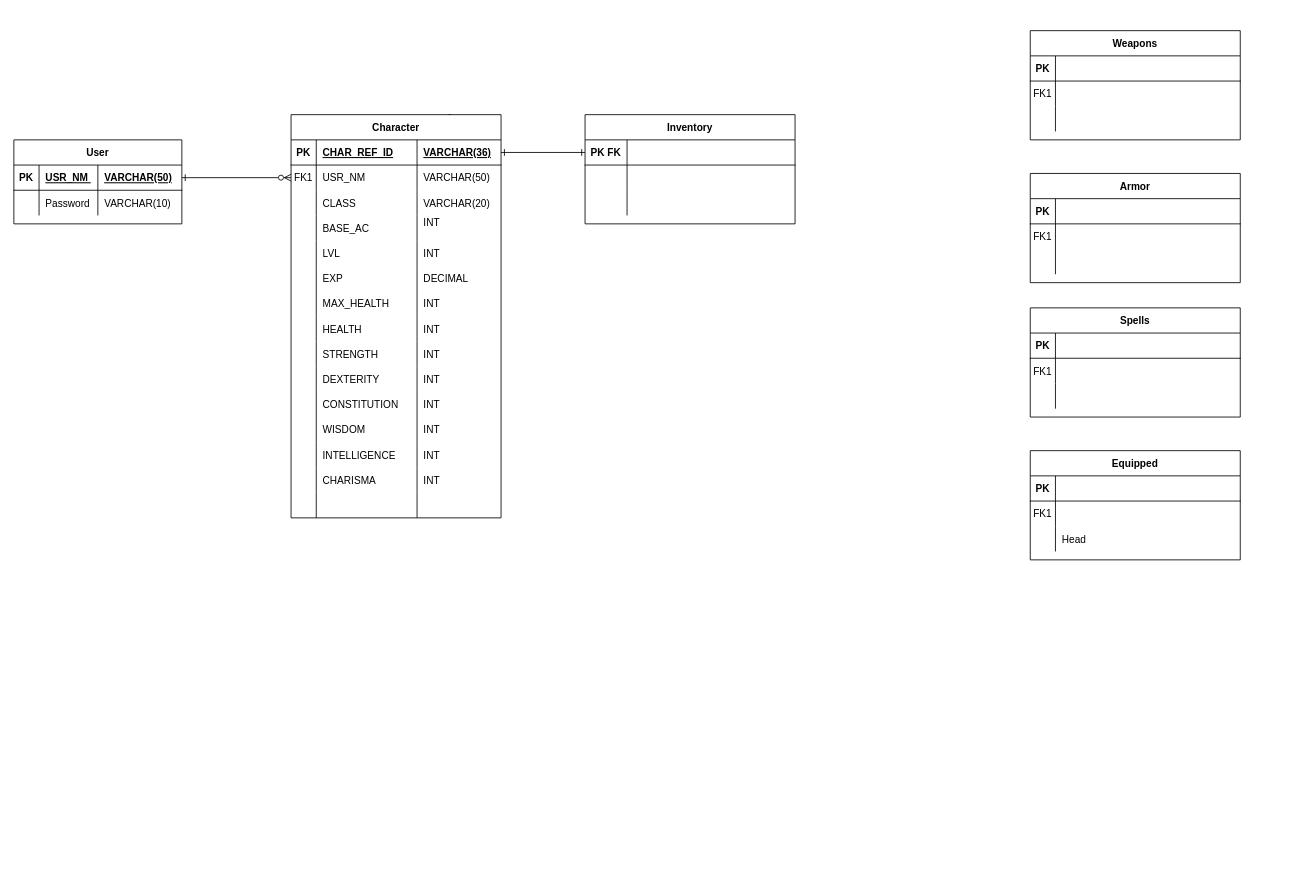
This is public/documents/ERD.drawio from Camburgaler/dark-souls-char-sheet, a draw.io file, before an edit. Source tidied: cells renumbered, new cells numbered last; positions are measured from the earlier drawing's top-left corner, leaving out a move shared by most shapes. Both pictures are drawn from the tidied source at 84%, with x=0, y=0 at pixel (13, 30).
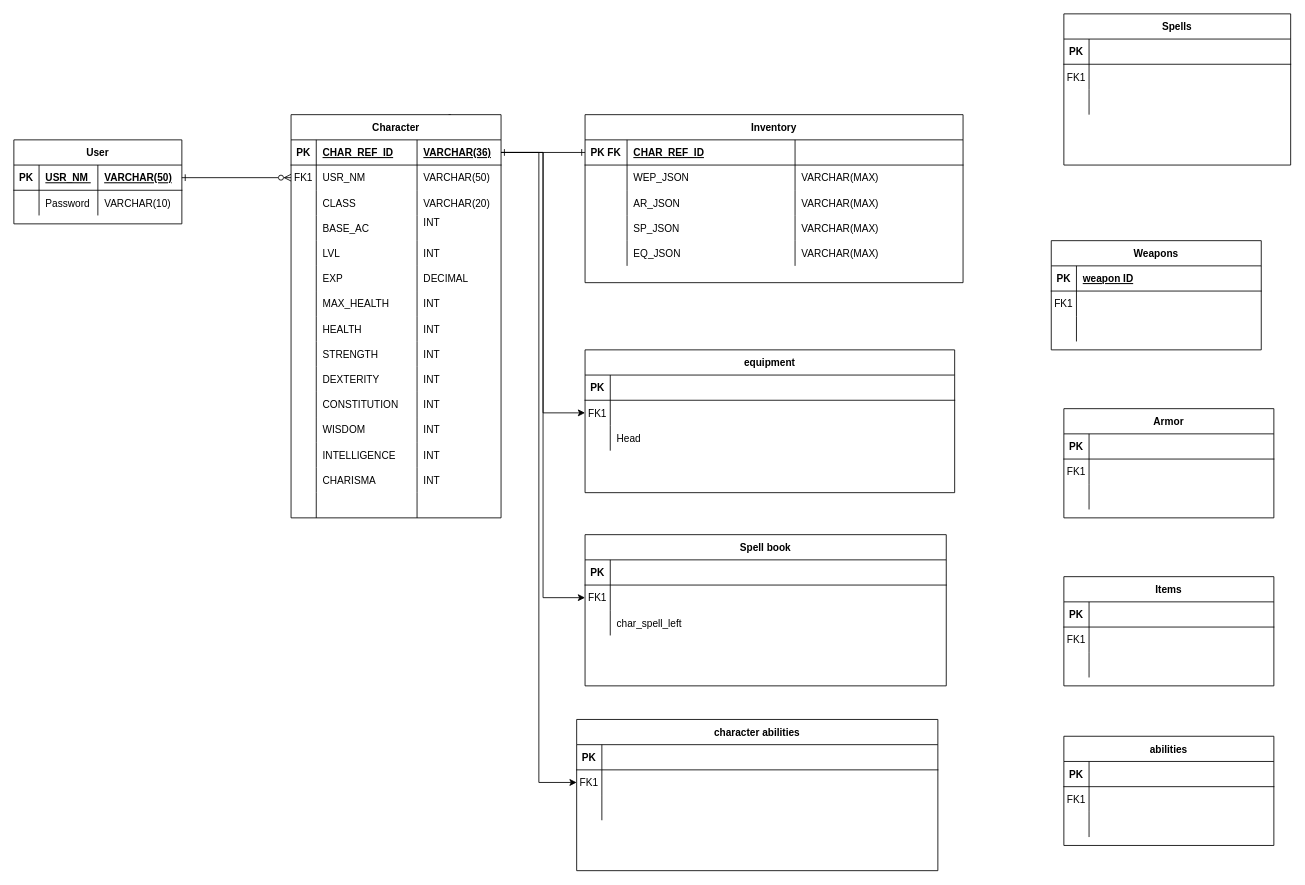
Above is the later version.

The change refers to these unchanged cells:
```xml
<mxCell id="4" style="shape=partialRectangle;fillColor=none;points=[[0,0.5],[1,0.5]];portConstraint=eastwest;top=0;left=0;right=0;bottom=1;" parent="3" vertex="1">
  <mxGeometry y="30" width="250" height="30" as="geometry" />
</mxCell>
<mxCell id="65" style="shape=partialRectangle;fillColor=none;top=0;left=0;right=0;bottom=1;" parent="64" vertex="1">
  <mxGeometry y="30" width="250" height="30" as="geometry" />
</mxCell>
```

Diff of the diagram source:
```diff
@@
     <mxCell id="64" value="Weapons" style="shape=table;startSize=30;childLayout=tableLayout;rowLines=0;fontStyle=1;align=center;" parent="1" vertex="1">
-      <mxGeometry x="1210" width="250" height="130" as="geometry" />
+      <mxGeometry x="1235" y="250" width="250" height="130" as="geometry" />
     </mxCell>
@@
-    <mxCell id="67" style="shape=partialRectangle;overflow=hidden;fillColor=none;top=0;left=0;bottom=0;right=0;align=left;spacingLeft=6;fontStyle=5;" parent="65" vertex="1">
+    <mxCell id="67" value="weapon ID" style="shape=partialRectangle;overflow=hidden;fillColor=none;top=0;left=0;bottom=0;right=0;align=left;spacingLeft=6;fontStyle=5;" parent="65" vertex="1">
       <mxGeometry x="30" width="220" height="30" as="geometry" />
     </mxCell>
@@
     <mxCell id="83" value="Armor" style="shape=table;startSize=30;childLayout=tableLayout;rowLines=0;fontStyle=1;align=center;" parent="1" vertex="1">
-      <mxGeometry x="1210" y="170" width="250" height="130" as="geometry" />
+      <mxGeometry x="1250" y="450" width="250" height="130" as="geometry" />
     </mxCell>
@@
     <mxCell id="93" value="Spells" style="shape=table;startSize=30;childLayout=tableLayout;rowLines=0;fontStyle=1;align=center;" parent="1" vertex="1">
-      <mxGeometry x="1210" y="330" width="250" height="130" as="geometry" />
+      <mxGeometry x="1250" y="-20" width="270" height="180" as="geometry" />
     </mxCell>
     <mxCell id="94" style="shape=partialRectangle;fillColor=none;top=0;left=0;right=0;bottom=1;" parent="93" vertex="1">
-      <mxGeometry y="30" width="250" height="30" as="geometry" />
+      <mxGeometry y="30" width="270" height="30" as="geometry" />
     </mxCell>
@@
     <mxCell id="96" style="shape=partialRectangle;overflow=hidden;fillColor=none;top=0;left=0;bottom=0;right=0;align=left;spacingLeft=6;fontStyle=5;" parent="94" vertex="1">
-      <mxGeometry x="30" width="220" height="30" as="geometry" />
+      <mxGeometry x="30" width="240" height="30" as="geometry" />
     </mxCell>
     <mxCell id="97" style="shape=partialRectangle;fillColor=none;top=0;left=0;right=0;bottom=0;" parent="93" vertex="1">
-      <mxGeometry y="60" width="250" height="30" as="geometry" />
+      <mxGeometry y="60" width="270" height="30" as="geometry" />
     </mxCell>
@@
     <mxCell id="99" style="shape=partialRectangle;overflow=hidden;fillColor=none;top=0;left=0;bottom=0;right=0;align=left;spacingLeft=6;" parent="97" vertex="1">
-      <mxGeometry x="30" width="220" height="30" as="geometry" />
+      <mxGeometry x="30" width="240" height="30" as="geometry" />
     </mxCell>
     <mxCell id="100" style="shape=partialRectangle;fillColor=none;top=0;left=0;right=0;bottom=0;" parent="93" vertex="1">
-      <mxGeometry y="90" width="250" height="30" as="geometry" />
+      <mxGeometry y="90" width="270" height="30" as="geometry" />
     </mxCell>
@@
     <mxCell id="102" style="shape=partialRectangle;overflow=hidden;fillColor=none;top=0;left=0;bottom=0;right=0;align=left;spacingLeft=6;" parent="100" vertex="1">
-      <mxGeometry x="30" width="220" height="30" as="geometry" />
+      <mxGeometry x="30" width="240" height="30" as="geometry" />
     </mxCell>
     <mxCell id="103" value="Inventory" style="shape=table;startSize=30;childLayout=tableLayout;rowLines=0;fontStyle=1;align=center;" parent="1" vertex="1">
-      <mxGeometry x="680" y="100" width="250" height="130" as="geometry" />
+      <mxGeometry x="680" y="100" width="450" height="200" as="geometry" />
     </mxCell>
     <mxCell id="104" style="shape=partialRectangle;fillColor=none;points=[[0,0.5],[1,0.5]];portConstraint=eastwest;top=0;left=0;right=0;bottom=1;" parent="103" vertex="1">
-      <mxGeometry y="30" width="250" height="30" as="geometry" />
+      <mxGeometry y="30" width="450" height="30" as="geometry" />
     </mxCell>
@@
-    <mxCell id="106" style="shape=partialRectangle;overflow=hidden;fillColor=none;top=0;left=0;bottom=0;right=0;align=left;spacingLeft=6;fontStyle=5;" parent="104" vertex="1">
+    <mxCell id="106" value="CHAR_REF_ID" style="shape=partialRectangle;overflow=hidden;fillColor=none;top=0;left=0;bottom=0;right=0;align=left;spacingLeft=6;fontStyle=5;" parent="104" vertex="1">
       <mxGeometry x="50" width="200" height="30" as="geometry" />
     </mxCell>
+    <mxCell id="125" style="shape=partialRectangle;overflow=hidden;fillColor=none;top=0;left=0;bottom=0;right=0;align=left;spacingLeft=6;fontStyle=5;" parent="104" vertex="1">
+      <mxGeometry x="250" width="200" height="30" as="geometry" />
+    </mxCell>
     <mxCell id="107" style="shape=partialRectangle;fillColor=none;top=0;left=0;right=0;bottom=0;" parent="103" vertex="1">
-      <mxGeometry y="60" width="250" height="30" as="geometry" />
+      <mxGeometry y="60" width="450" height="30" as="geometry" />
     </mxCell>
@@
-    <mxCell id="109" style="shape=partialRectangle;overflow=hidden;fillColor=none;top=0;left=0;bottom=0;right=0;align=left;spacingLeft=6;" parent="107" vertex="1">
+    <mxCell id="109" value="WEP_JSON" style="shape=partialRectangle;overflow=hidden;fillColor=none;top=0;left=0;bottom=0;right=0;align=left;spacingLeft=6;" parent="107" vertex="1">
       <mxGeometry x="50" width="200" height="30" as="geometry" />
     </mxCell>
+    <mxCell id="126" value="VARCHAR(MAX)" style="shape=partialRectangle;overflow=hidden;fillColor=none;top=0;left=0;bottom=0;right=0;align=left;spacingLeft=6;" parent="107" vertex="1">
+      <mxGeometry x="250" width="200" height="30" as="geometry" />
+    </mxCell>
     <mxCell id="110" style="shape=partialRectangle;fillColor=none;top=0;left=0;right=0;bottom=0;" parent="103" vertex="1">
-      <mxGeometry y="90" width="250" height="30" as="geometry" />
+      <mxGeometry y="90" width="450" height="30" as="geometry" />
     </mxCell>
@@
-    <mxCell id="112" style="shape=partialRectangle;overflow=hidden;fillColor=none;top=0;left=0;bottom=0;right=0;align=left;spacingLeft=6;" parent="110" vertex="1">
+    <mxCell id="112" value="AR_JSON" style="shape=partialRectangle;overflow=hidden;fillColor=none;top=0;left=0;bottom=0;right=0;align=left;spacingLeft=6;" parent="110" vertex="1">
       <mxGeometry x="50" width="200" height="30" as="geometry" />
     </mxCell>
+    <mxCell id="127" value="VARCHAR(MAX)" style="shape=partialRectangle;overflow=hidden;fillColor=none;top=0;left=0;bottom=0;right=0;align=left;spacingLeft=6;" parent="110" vertex="1">
+      <mxGeometry x="250" width="200" height="30" as="geometry" />
+    </mxCell>
+    <mxCell id="128" style="shape=partialRectangle;fillColor=none;top=0;left=0;right=0;bottom=0;" parent="103" vertex="1">
+      <mxGeometry y="120" width="450" height="30" as="geometry" />
+    </mxCell>
+    <mxCell id="129" style="shape=partialRectangle;overflow=hidden;fillColor=none;top=0;left=0;bottom=0;right=0;" parent="128" vertex="1">
+      <mxGeometry width="50" height="30" as="geometry" />
+    </mxCell>
+    <mxCell id="130" value="SP_JSON    " style="shape=partialRectangle;overflow=hidden;fillColor=none;top=0;left=0;bottom=0;right=0;align=left;spacingLeft=6;" parent="128" vertex="1">
+      <mxGeometry x="50" width="200" height="30" as="geometry" />
+    </mxCell>
+    <mxCell id="131" value="VARCHAR(MAX)" style="shape=partialRectangle;overflow=hidden;fillColor=none;top=0;left=0;bottom=0;right=0;align=left;spacingLeft=6;" parent="128" vertex="1">
+      <mxGeometry x="250" width="200" height="30" as="geometry" />
+    </mxCell>
+    <mxCell id="132" style="shape=partialRectangle;fillColor=none;top=0;left=0;right=0;bottom=0;" parent="103" vertex="1">
+      <mxGeometry y="150" width="450" height="30" as="geometry" />
+    </mxCell>
+    <mxCell id="133" style="shape=partialRectangle;overflow=hidden;fillColor=none;top=0;left=0;bottom=0;right=0;" parent="132" vertex="1">
+      <mxGeometry width="50" height="30" as="geometry" />
+    </mxCell>
+    <mxCell id="134" value="EQ_JSON" style="shape=partialRectangle;overflow=hidden;fillColor=none;top=0;left=0;bottom=0;right=0;align=left;spacingLeft=6;" parent="132" vertex="1">
+      <mxGeometry x="50" width="200" height="30" as="geometry" />
+    </mxCell>
+    <mxCell id="135" value="VARCHAR(MAX)" style="shape=partialRectangle;overflow=hidden;fillColor=none;top=0;left=0;bottom=0;right=0;align=left;spacingLeft=6;" parent="132" vertex="1">
+      <mxGeometry x="250" width="200" height="30" as="geometry" />
+    </mxCell>
@@
-    <mxCell id="115" value="Equipped" style="shape=table;startSize=30;childLayout=tableLayout;rowLines=0;fontStyle=1;align=center;" parent="1" vertex="1">
-      <mxGeometry x="1210" y="500" width="250" height="130" as="geometry" />
+    <mxCell id="115" value="equipment" style="shape=table;startSize=30;childLayout=tableLayout;rowLines=0;fontStyle=1;align=center;" parent="1" vertex="1">
+      <mxGeometry x="680" y="380" width="440" height="170" as="geometry" />
     </mxCell>
     <mxCell id="116" style="shape=partialRectangle;fillColor=none;top=0;left=0;right=0;bottom=1;" parent="115" vertex="1">
-      <mxGeometry y="30" width="250" height="30" as="geometry" />
+      <mxGeometry y="30" width="440" height="30" as="geometry" />
     </mxCell>
@@
     <mxCell id="118" style="shape=partialRectangle;overflow=hidden;fillColor=none;top=0;left=0;bottom=0;right=0;align=left;spacingLeft=6;fontStyle=5;" parent="116" vertex="1">
-      <mxGeometry x="30" width="220" height="30" as="geometry" />
+      <mxGeometry x="30" width="410" height="30" as="geometry" />
     </mxCell>
     <mxCell id="119" style="shape=partialRectangle;fillColor=none;points=[[0,0.5],[1,0.5]];portConstraint=eastwest;top=0;left=0;right=0;bottom=0;" parent="115" vertex="1">
-      <mxGeometry y="60" width="250" height="30" as="geometry" />
+      <mxGeometry y="60" width="440" height="30" as="geometry" />
     </mxCell>
@@
     <mxCell id="121" style="shape=partialRectangle;overflow=hidden;fillColor=none;top=0;left=0;bottom=0;right=0;align=left;spacingLeft=6;" parent="119" vertex="1">
-      <mxGeometry x="30" width="220" height="30" as="geometry" />
+      <mxGeometry x="30" width="410" height="30" as="geometry" />
     </mxCell>
     <mxCell id="122" style="shape=partialRectangle;fillColor=none;top=0;left=0;right=0;bottom=0;" parent="115" vertex="1">
-      <mxGeometry y="90" width="250" height="30" as="geometry" />
+      <mxGeometry y="90" width="440" height="30" as="geometry" />
     </mxCell>
@@
     <mxCell id="124" value="Head" style="shape=partialRectangle;overflow=hidden;fillColor=none;top=0;left=0;bottom=0;right=0;align=left;spacingLeft=6;" parent="122" vertex="1">
-      <mxGeometry x="30" width="220" height="30" as="geometry" />
+      <mxGeometry x="30" width="410" height="30" as="geometry" />
     </mxCell>
+    <mxCell id="136" value="Spell book" style="shape=table;startSize=30;childLayout=tableLayout;rowLines=0;fontStyle=1;align=center;" parent="1" vertex="1">
+      <mxGeometry x="680" y="600" width="430" height="180" as="geometry" />
+    </mxCell>
+    <mxCell id="137" style="shape=partialRectangle;fillColor=none;top=0;left=0;right=0;bottom=1;" parent="136" vertex="1">
+      <mxGeometry y="30" width="430" height="30" as="geometry" />
+    </mxCell>
+    <mxCell id="138" value="PK" style="shape=partialRectangle;overflow=hidden;fillColor=none;top=0;left=0;bottom=0;right=0;fontStyle=1;" parent="137" vertex="1">
+      <mxGeometry width="30" height="30" as="geometry" />
+    </mxCell>
+    <mxCell id="139" style="shape=partialRectangle;overflow=hidden;fillColor=none;top=0;left=0;bottom=0;right=0;align=left;spacingLeft=6;fontStyle=5;" parent="137" vertex="1">
+      <mxGeometry x="30" width="400" height="30" as="geometry" />
+    </mxCell>
+    <mxCell id="140" style="shape=partialRectangle;fillColor=none;points=[[0,0.5],[1,0.5]];portConstraint=eastwest;top=0;left=0;right=0;bottom=0;" parent="136" vertex="1">
+      <mxGeometry y="60" width="430" height="30" as="geometry" />
+    </mxCell>
+    <mxCell id="141" value="FK1" style="shape=partialRectangle;overflow=hidden;fillColor=none;top=0;left=0;bottom=0;right=0;" parent="140" vertex="1">
+      <mxGeometry width="30" height="30" as="geometry" />
+    </mxCell>
+    <mxCell id="142" style="shape=partialRectangle;overflow=hidden;fillColor=none;top=0;left=0;bottom=0;right=0;align=left;spacingLeft=6;" parent="140" vertex="1">
+      <mxGeometry x="30" width="400" height="30" as="geometry" />
+    </mxCell>
+    <mxCell id="143" style="shape=partialRectangle;fillColor=none;top=0;left=0;right=0;bottom=0;" parent="136" vertex="1">
+      <mxGeometry y="90" width="430" height="30" as="geometry" />
+    </mxCell>
+    <mxCell id="144" style="shape=partialRectangle;overflow=hidden;fillColor=none;top=0;left=0;bottom=0;right=0;" parent="143" vertex="1">
+      <mxGeometry width="30" height="30" as="geometry" />
+    </mxCell>
+    <mxCell id="145" value="char_spell_left" style="shape=partialRectangle;overflow=hidden;fillColor=none;top=0;left=0;bottom=0;right=0;align=left;spacingLeft=6;" parent="143" vertex="1">
+      <mxGeometry x="30" width="400" height="30" as="geometry" />
+    </mxCell>
+    <mxCell id="146" value="Items" style="shape=table;startSize=30;childLayout=tableLayout;rowLines=0;fontStyle=1;align=center;" parent="1" vertex="1">
+      <mxGeometry x="1250" y="650" width="250" height="130" as="geometry" />
+    </mxCell>
+    <mxCell id="147" style="shape=partialRectangle;fillColor=none;top=0;left=0;right=0;bottom=1;" parent="146" vertex="1">
+      <mxGeometry y="30" width="250" height="30" as="geometry" />
+    </mxCell>
+    <mxCell id="148" value="PK" style="shape=partialRectangle;overflow=hidden;fillColor=none;top=0;left=0;bottom=0;right=0;fontStyle=1;" parent="147" vertex="1">
+      <mxGeometry width="30" height="30" as="geometry" />
+    </mxCell>
+    <mxCell id="149" style="shape=partialRectangle;overflow=hidden;fillColor=none;top=0;left=0;bottom=0;right=0;align=left;spacingLeft=6;fontStyle=5;" parent="147" vertex="1">
+      <mxGeometry x="30" width="220" height="30" as="geometry" />
+    </mxCell>
+    <mxCell id="150" style="shape=partialRectangle;fillColor=none;top=0;left=0;right=0;bottom=0;" parent="146" vertex="1">
+      <mxGeometry y="60" width="250" height="30" as="geometry" />
+    </mxCell>
+    <mxCell id="151" value="FK1" style="shape=partialRectangle;overflow=hidden;fillColor=none;top=0;left=0;bottom=0;right=0;" parent="150" vertex="1">
+      <mxGeometry width="30" height="30" as="geometry" />
+    </mxCell>
+    <mxCell id="152" style="shape=partialRectangle;overflow=hidden;fillColor=none;top=0;left=0;bottom=0;right=0;align=left;spacingLeft=6;" parent="150" vertex="1">
+      <mxGeometry x="30" width="220" height="30" as="geometry" />
+    </mxCell>
+    <mxCell id="153" style="shape=partialRectangle;fillColor=none;top=0;left=0;right=0;bottom=0;" parent="146" vertex="1">
+      <mxGeometry y="90" width="250" height="30" as="geometry" />
+    </mxCell>
+    <mxCell id="154" style="shape=partialRectangle;overflow=hidden;fillColor=none;top=0;left=0;bottom=0;right=0;" parent="153" vertex="1">
+      <mxGeometry width="30" height="30" as="geometry" />
+    </mxCell>
+    <mxCell id="155" style="shape=partialRectangle;overflow=hidden;fillColor=none;top=0;left=0;bottom=0;right=0;align=left;spacingLeft=6;" parent="153" vertex="1">
+      <mxGeometry x="30" width="220" height="30" as="geometry" />
+    </mxCell>
+    <mxCell id="156" value="abilities" style="shape=table;startSize=30;childLayout=tableLayout;rowLines=0;fontStyle=1;align=center;" parent="1" vertex="1">
+      <mxGeometry x="1250" y="840" width="250" height="130" as="geometry" />
+    </mxCell>
+    <mxCell id="157" style="shape=partialRectangle;fillColor=none;top=0;left=0;right=0;bottom=1;" parent="156" vertex="1">
+      <mxGeometry y="30" width="250" height="30" as="geometry" />
+    </mxCell>
+    <mxCell id="158" value="PK" style="shape=partialRectangle;overflow=hidden;fillColor=none;top=0;left=0;bottom=0;right=0;fontStyle=1;" parent="157" vertex="1">
+      <mxGeometry width="30" height="30" as="geometry" />
+    </mxCell>
+    <mxCell id="159" style="shape=partialRectangle;overflow=hidden;fillColor=none;top=0;left=0;bottom=0;right=0;align=left;spacingLeft=6;fontStyle=5;" parent="157" vertex="1">
+      <mxGeometry x="30" width="220" height="30" as="geometry" />
+    </mxCell>
+    <mxCell id="160" style="shape=partialRectangle;fillColor=none;top=0;left=0;right=0;bottom=0;" parent="156" vertex="1">
+      <mxGeometry y="60" width="250" height="30" as="geometry" />
+    </mxCell>
+    <mxCell id="161" value="FK1" style="shape=partialRectangle;overflow=hidden;fillColor=none;top=0;left=0;bottom=0;right=0;" parent="160" vertex="1">
+      <mxGeometry width="30" height="30" as="geometry" />
+    </mxCell>
+    <mxCell id="162" style="shape=partialRectangle;overflow=hidden;fillColor=none;top=0;left=0;bottom=0;right=0;align=left;spacingLeft=6;" parent="160" vertex="1">
+      <mxGeometry x="30" width="220" height="30" as="geometry" />
+    </mxCell>
+    <mxCell id="163" style="shape=partialRectangle;fillColor=none;top=0;left=0;right=0;bottom=0;" parent="156" vertex="1">
+      <mxGeometry y="90" width="250" height="30" as="geometry" />
+    </mxCell>
+    <mxCell id="164" style="shape=partialRectangle;overflow=hidden;fillColor=none;top=0;left=0;bottom=0;right=0;" parent="163" vertex="1">
+      <mxGeometry width="30" height="30" as="geometry" />
+    </mxCell>
+    <mxCell id="165" style="shape=partialRectangle;overflow=hidden;fillColor=none;top=0;left=0;bottom=0;right=0;align=left;spacingLeft=6;" parent="163" vertex="1">
+      <mxGeometry x="30" width="220" height="30" as="geometry" />
+    </mxCell>
+    <mxCell id="166" value="character abilities" style="shape=table;startSize=30;childLayout=tableLayout;rowLines=0;fontStyle=1;align=center;" parent="1" vertex="1">
+      <mxGeometry x="670" y="820" width="430" height="180" as="geometry" />
+    </mxCell>
+    <mxCell id="167" style="shape=partialRectangle;fillColor=none;top=0;left=0;right=0;bottom=1;" parent="166" vertex="1">
+      <mxGeometry y="30" width="430" height="30" as="geometry" />
+    </mxCell>
+    <mxCell id="168" value="PK" style="shape=partialRectangle;overflow=hidden;fillColor=none;top=0;left=0;bottom=0;right=0;fontStyle=1;" parent="167" vertex="1">
+      <mxGeometry width="30" height="30" as="geometry" />
+    </mxCell>
+    <mxCell id="169" style="shape=partialRectangle;overflow=hidden;fillColor=none;top=0;left=0;bottom=0;right=0;align=left;spacingLeft=6;fontStyle=5;" parent="167" vertex="1">
+      <mxGeometry x="30" width="400" height="30" as="geometry" />
+    </mxCell>
+    <mxCell id="170" style="shape=partialRectangle;fillColor=none;points=[[0,0.5],[1,0.5]];portConstraint=eastwest;top=0;left=0;right=0;bottom=0;" parent="166" vertex="1">
+      <mxGeometry y="60" width="430" height="30" as="geometry" />
+    </mxCell>
+    <mxCell id="171" value="FK1" style="shape=partialRectangle;overflow=hidden;fillColor=none;top=0;left=0;bottom=0;right=0;" parent="170" vertex="1">
+      <mxGeometry width="30" height="30" as="geometry" />
+    </mxCell>
+    <mxCell id="172" style="shape=partialRectangle;overflow=hidden;fillColor=none;top=0;left=0;bottom=0;right=0;align=left;spacingLeft=6;" parent="170" vertex="1">
+      <mxGeometry x="30" width="400" height="30" as="geometry" />
+    </mxCell>
+    <mxCell id="173" style="shape=partialRectangle;fillColor=none;top=0;left=0;right=0;bottom=0;" parent="166" vertex="1">
+      <mxGeometry y="90" width="430" height="30" as="geometry" />
+    </mxCell>
+    <mxCell id="174" style="shape=partialRectangle;overflow=hidden;fillColor=none;top=0;left=0;bottom=0;right=0;" parent="173" vertex="1">
+      <mxGeometry width="30" height="30" as="geometry" />
+    </mxCell>
+    <mxCell id="175" style="shape=partialRectangle;overflow=hidden;fillColor=none;top=0;left=0;bottom=0;right=0;align=left;spacingLeft=6;" parent="173" vertex="1">
+      <mxGeometry x="30" width="400" height="30" as="geometry" />
+    </mxCell>
+    <mxCell id="176" style="edgeStyle=orthogonalEdgeStyle;rounded=0;jettySize=auto;html=1;entryX=0;entryY=0.5;entryDx=0;entryDy=0;" parent="1" edge="1" source="4" target="170">
+      <mxGeometry relative="1" as="geometry" />
+    </mxCell>
+    <mxCell id="177" style="edgeStyle=orthogonalEdgeStyle;rounded=0;jettySize=auto;html=1;entryX=0;entryY=0.5;entryDx=0;entryDy=0;" parent="1" edge="1" source="4" target="140">
+      <mxGeometry relative="1" as="geometry" />
+    </mxCell>
+    <mxCell id="178" style="edgeStyle=orthogonalEdgeStyle;rounded=0;jettySize=auto;html=1;entryX=0;entryY=0.5;entryDx=0;entryDy=0;" parent="1" edge="1" source="4" target="119">
+      <mxGeometry relative="1" as="geometry" />
+    </mxCell>
```
